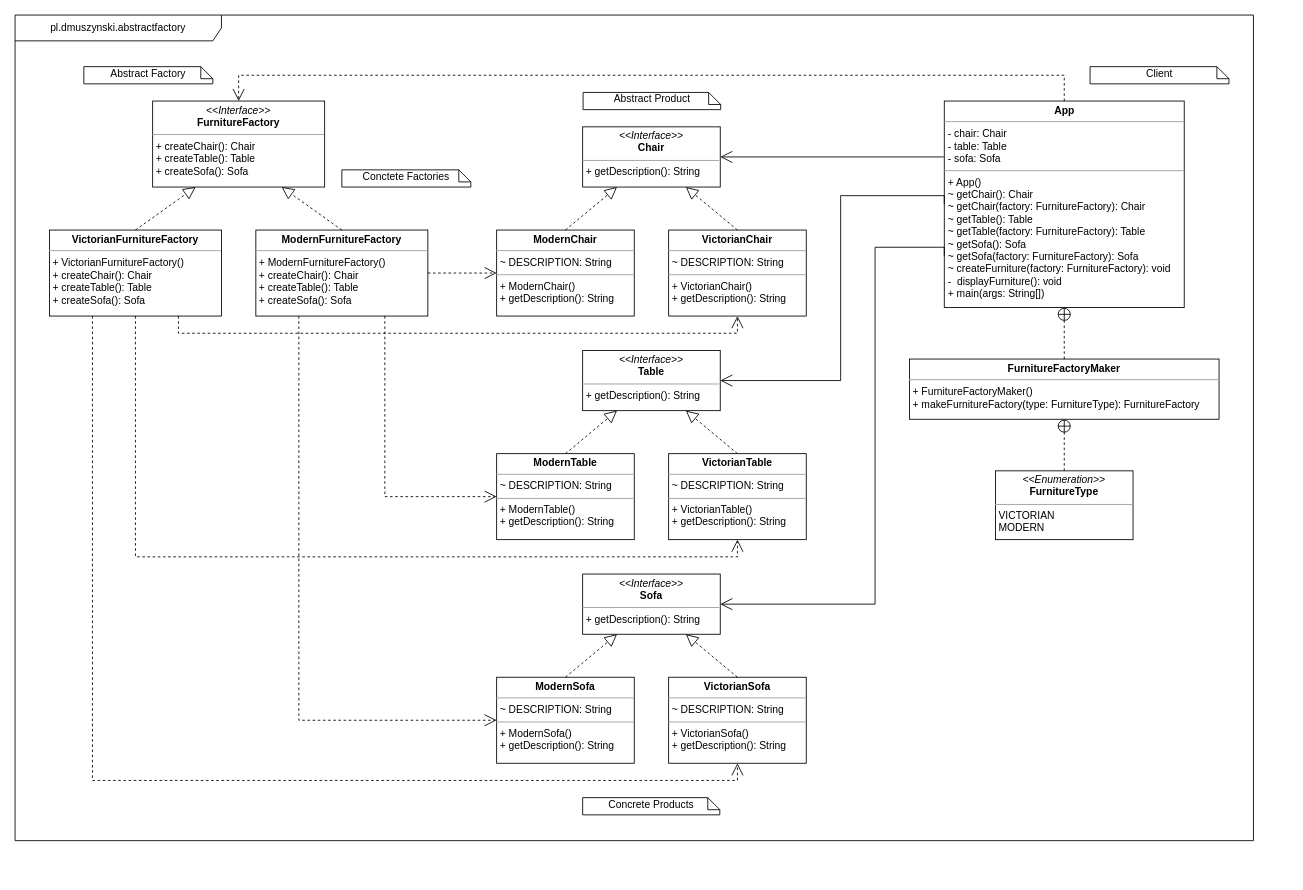
Earlier version of the draw.io diagram abstract-factory/etc/abstractFactory.drawio (DMuszynski/design-patterns). Source tidied: cells renumbered, new cells numbered last; positions are measured from the earlier drawing's top-left corner, leaving out a move shared by most shapes. Both pictures are drawn from the tidied source at 86%, with x=0, y=0 at pixel (15, 15).
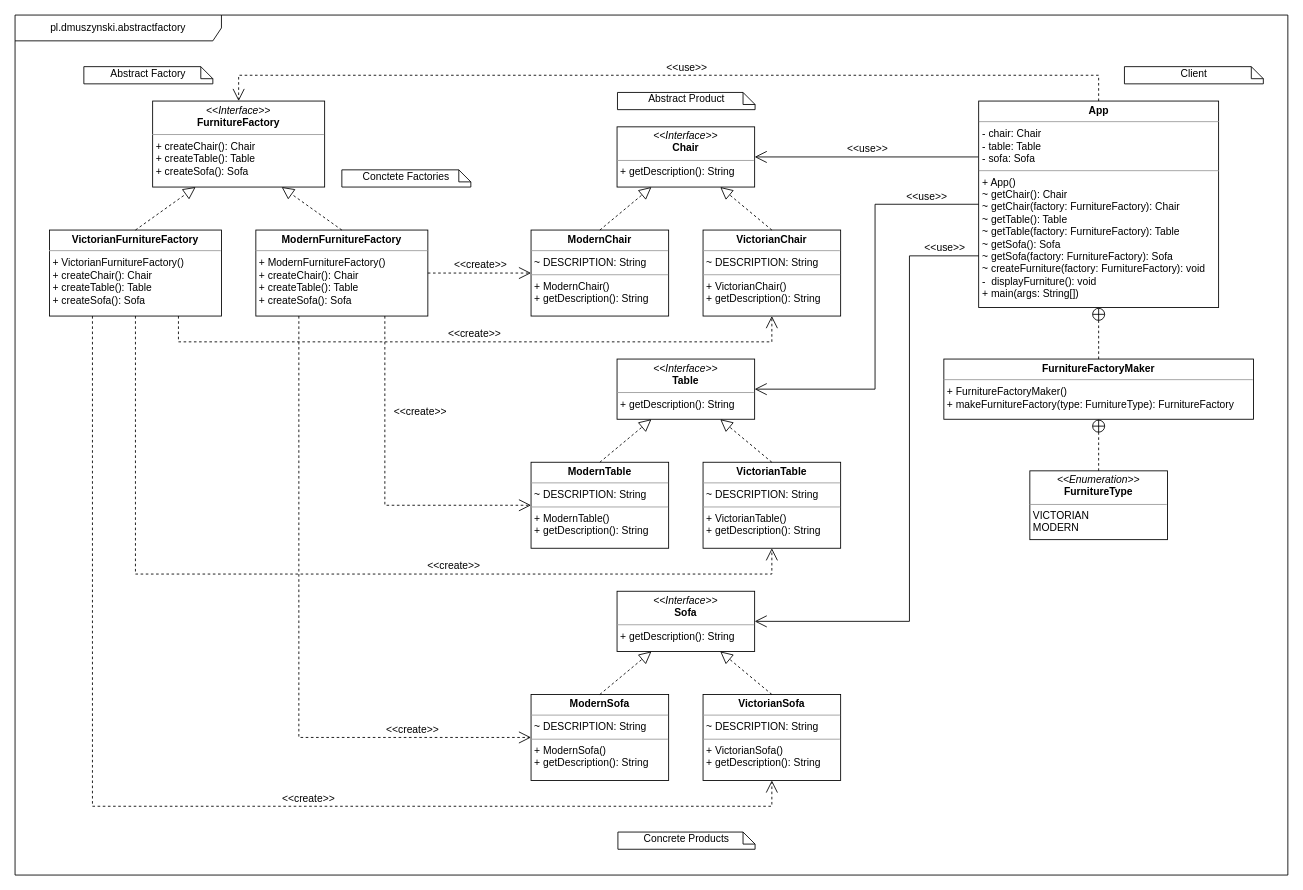
The same page after the edit.

Commit message (it also covers changes not shown here):
update abstract factory diagram

Unchanged cells that the change refers to:
```xml
<mxCell id="3" value="&lt;p style=&quot;margin: 0px ; margin-top: 4px ; text-align: center&quot;&gt;&lt;i&gt;&amp;lt;&amp;lt;Interface&amp;gt;&amp;gt;&lt;/i&gt;&lt;br&gt;&lt;b&gt;FurnitureFactory&lt;/b&gt;&lt;/p&gt;&lt;hr size=&quot;1&quot;&gt;&lt;p style=&quot;margin: 0px ; margin-left: 4px&quot;&gt;+ createChair(): Chair&lt;br&gt;+ createTable(): Table&lt;/p&gt;&lt;p style=&quot;margin: 0px ; margin-left: 4px&quot;&gt;+ createSofa(): Sofa&lt;/p&gt;" style="verticalAlign=top;align=left;overflow=fill;fontSize=12;fontFamily=Helvetica;html=1;" parent="1" vertex="1">
  <mxGeometry x="160" y="100" width="200" height="100" as="geometry" />
</mxCell>
<mxCell id="4" value="&lt;p style=&quot;margin: 0px ; margin-top: 4px ; text-align: center&quot;&gt;&lt;b&gt;VictorianFurnitureFactory&lt;/b&gt;&lt;/p&gt;&lt;hr size=&quot;1&quot;&gt;&lt;p style=&quot;margin: 0px 0px 0px 4px&quot;&gt;+ VictorianFurnitureFactory()&lt;/p&gt;&lt;p style=&quot;margin: 0px 0px 0px 4px&quot;&gt;+ createChair(): Chair&lt;br&gt;+ createTable(): Table&lt;/p&gt;&lt;p style=&quot;margin: 0px 0px 0px 4px&quot;&gt;+ createSofa(): Sofa&lt;/p&gt;" style="verticalAlign=top;align=left;overflow=fill;fontSize=12;fontFamily=Helvetica;html=1;" parent="1" vertex="1">
  <mxGeometry x="40" y="250" width="200" height="100" as="geometry" />
</mxCell>
<mxCell id="5" value="&lt;p style=&quot;margin: 0px ; margin-top: 4px ; text-align: center&quot;&gt;&lt;b&gt;ModernFurnitureFactory&lt;/b&gt;&lt;/p&gt;&lt;hr size=&quot;1&quot;&gt;&lt;p style=&quot;margin: 0px 0px 0px 4px&quot;&gt;+ ModernFurnitureFactory()&lt;/p&gt;&lt;p style=&quot;margin: 0px 0px 0px 4px&quot;&gt;+ createChair(): Chair&lt;br&gt;+ createTable(): Table&lt;/p&gt;&lt;p style=&quot;margin: 0px 0px 0px 4px&quot;&gt;+ createSofa(): Sofa&lt;/p&gt;" style="verticalAlign=top;align=left;overflow=fill;fontSize=12;fontFamily=Helvetica;html=1;" parent="1" vertex="1">
  <mxGeometry x="280" y="250" width="200" height="100" as="geometry" />
</mxCell>
```

Change to the diagram source:
```diff
@@
     <mxCell id="2" value="pl.dmuszynski.abstractfactory" style="shape=umlFrame;whiteSpace=wrap;html=1;width=240;height=30;fillColor=#ffffff;" parent="1" vertex="1">
-      <mxGeometry width="1440" height="960" as="geometry" />
+      <mxGeometry width="1480" height="1000" as="geometry" />
     </mxCell>
@@
     <mxCell id="6" value="&lt;p style=&quot;margin: 0px ; margin-top: 4px ; text-align: center&quot;&gt;&lt;i&gt;&amp;lt;&amp;lt;Interface&amp;gt;&amp;gt;&lt;/i&gt;&lt;br&gt;&lt;b&gt;Chair&lt;/b&gt;&lt;/p&gt;&lt;hr size=&quot;1&quot;&gt;&lt;p style=&quot;margin: 0px ; margin-left: 4px&quot;&gt;+ getDescription(): String&lt;br&gt;&lt;/p&gt;" style="verticalAlign=top;align=left;overflow=fill;fontSize=12;fontFamily=Helvetica;html=1;" parent="1" vertex="1">
-      <mxGeometry x="660" y="130" width="160" height="70" as="geometry" />
+      <mxGeometry x="700" y="130" width="160" height="70" as="geometry" />
     </mxCell>
     <mxCell id="7" value="&lt;p style=&quot;margin: 0px ; margin-top: 4px ; text-align: center&quot;&gt;&lt;b&gt;VictorianChair&lt;/b&gt;&lt;br&gt;&lt;/p&gt;&lt;hr size=&quot;1&quot;&gt;&lt;p style=&quot;margin: 0px ; margin-left: 4px&quot;&gt;~ DESCRIPTION: String&lt;/p&gt;&lt;hr size=&quot;1&quot;&gt;&lt;p style=&quot;margin: 0px ; margin-left: 4px&quot;&gt;+ VictorianChair()&lt;br&gt;&lt;/p&gt;&lt;p style=&quot;margin: 0px ; margin-left: 4px&quot;&gt;+ getDescription(): String&lt;/p&gt;" style="verticalAlign=top;align=left;overflow=fill;fontSize=12;fontFamily=Helvetica;html=1;" parent="1" vertex="1">
-      <mxGeometry x="760" y="250" width="160" height="100" as="geometry" />
+      <mxGeometry x="800" y="250" width="160" height="100" as="geometry" />
     </mxCell>
     <mxCell id="8" value="&lt;p style=&quot;margin: 0px ; margin-top: 4px ; text-align: center&quot;&gt;&lt;b&gt;ModernChair&lt;/b&gt;&lt;br&gt;&lt;/p&gt;&lt;hr size=&quot;1&quot;&gt;&lt;p style=&quot;margin: 0px ; margin-left: 4px&quot;&gt;~ DESCRIPTION: String&lt;/p&gt;&lt;hr size=&quot;1&quot;&gt;&lt;p style=&quot;margin: 0px ; margin-left: 4px&quot;&gt;+ ModernChair()&lt;br&gt;&lt;/p&gt;&lt;p style=&quot;margin: 0px ; margin-left: 4px&quot;&gt;+ getDescription(): String&lt;/p&gt;" style="verticalAlign=top;align=left;overflow=fill;fontSize=12;fontFamily=Helvetica;html=1;" parent="1" vertex="1">
-      <mxGeometry x="560" y="250" width="160" height="100" as="geometry" />
+      <mxGeometry x="600" y="250" width="160" height="100" as="geometry" />
     </mxCell>
     <mxCell id="9" value="&lt;p style=&quot;margin: 0px ; margin-top: 4px ; text-align: center&quot;&gt;&lt;i&gt;&amp;lt;&amp;lt;Interface&amp;gt;&amp;gt;&lt;/i&gt;&lt;br&gt;&lt;b&gt;Table&lt;/b&gt;&lt;/p&gt;&lt;hr size=&quot;1&quot;&gt;&lt;p style=&quot;margin: 0px ; margin-left: 4px&quot;&gt;+ getDescription(): String&lt;br&gt;&lt;/p&gt;" style="verticalAlign=top;align=left;overflow=fill;fontSize=12;fontFamily=Helvetica;html=1;" parent="1" vertex="1">
-      <mxGeometry x="660" y="390" width="160" height="70" as="geometry" />
+      <mxGeometry x="700" y="400" width="160" height="70" as="geometry" />
     </mxCell>
     <mxCell id="10" value="&lt;p style=&quot;margin: 0px ; margin-top: 4px ; text-align: center&quot;&gt;&lt;b&gt;VictorianTable&lt;/b&gt;&lt;br&gt;&lt;/p&gt;&lt;hr size=&quot;1&quot;&gt;&lt;p style=&quot;margin: 0px ; margin-left: 4px&quot;&gt;~ DESCRIPTION: String&lt;/p&gt;&lt;hr size=&quot;1&quot;&gt;&lt;p style=&quot;margin: 0px ; margin-left: 4px&quot;&gt;+ VictorianTable()&lt;br&gt;&lt;/p&gt;&lt;p style=&quot;margin: 0px ; margin-left: 4px&quot;&gt;+ getDescription(): String&lt;/p&gt;" style="verticalAlign=top;align=left;overflow=fill;fontSize=12;fontFamily=Helvetica;html=1;" parent="1" vertex="1">
-      <mxGeometry x="760" y="510" width="160" height="100" as="geometry" />
+      <mxGeometry x="800" y="520" width="160" height="100" as="geometry" />
     </mxCell>
     <mxCell id="11" value="&lt;p style=&quot;margin: 0px ; margin-top: 4px ; text-align: center&quot;&gt;&lt;b&gt;ModernTable&lt;/b&gt;&lt;br&gt;&lt;/p&gt;&lt;hr size=&quot;1&quot;&gt;&lt;p style=&quot;margin: 0px ; margin-left: 4px&quot;&gt;~ DESCRIPTION: String&lt;/p&gt;&lt;hr size=&quot;1&quot;&gt;&lt;p style=&quot;margin: 0px ; margin-left: 4px&quot;&gt;+ ModernTable()&lt;br&gt;&lt;/p&gt;&lt;p style=&quot;margin: 0px ; margin-left: 4px&quot;&gt;+ getDescription(): String&lt;/p&gt;" style="verticalAlign=top;align=left;overflow=fill;fontSize=12;fontFamily=Helvetica;html=1;" parent="1" vertex="1">
-      <mxGeometry x="560" y="510" width="160" height="100" as="geometry" />
+      <mxGeometry x="600" y="520" width="160" height="100" as="geometry" />
     </mxCell>
@@
     <mxCell id="18" value="&lt;p style=&quot;margin: 0px ; margin-top: 4px ; text-align: center&quot;&gt;&lt;i&gt;&amp;lt;&amp;lt;Interface&amp;gt;&amp;gt;&lt;/i&gt;&lt;br&gt;&lt;b&gt;Sofa&lt;/b&gt;&lt;/p&gt;&lt;hr size=&quot;1&quot;&gt;&lt;p style=&quot;margin: 0px ; margin-left: 4px&quot;&gt;+ getDescription(): String&lt;br&gt;&lt;/p&gt;" style="verticalAlign=top;align=left;overflow=fill;fontSize=12;fontFamily=Helvetica;html=1;" parent="1" vertex="1">
-      <mxGeometry x="660" y="650" width="160" height="70" as="geometry" />
+      <mxGeometry x="700" y="670" width="160" height="70" as="geometry" />
     </mxCell>
     <mxCell id="19" value="&lt;p style=&quot;margin: 0px ; margin-top: 4px ; text-align: center&quot;&gt;&lt;b&gt;VictorianSofa&lt;/b&gt;&lt;br&gt;&lt;/p&gt;&lt;hr size=&quot;1&quot;&gt;&lt;p style=&quot;margin: 0px ; margin-left: 4px&quot;&gt;~ DESCRIPTION: String&lt;/p&gt;&lt;hr size=&quot;1&quot;&gt;&lt;p style=&quot;margin: 0px ; margin-left: 4px&quot;&gt;+ VictorianSofa()&lt;br&gt;&lt;/p&gt;&lt;p style=&quot;margin: 0px ; margin-left: 4px&quot;&gt;+ getDescription(): String&lt;/p&gt;" style="verticalAlign=top;align=left;overflow=fill;fontSize=12;fontFamily=Helvetica;html=1;" parent="1" vertex="1">
-      <mxGeometry x="760" y="770" width="160" height="100" as="geometry" />
+      <mxGeometry x="800" y="790" width="160" height="100" as="geometry" />
     </mxCell>
     <mxCell id="20" value="&lt;p style=&quot;margin: 0px ; margin-top: 4px ; text-align: center&quot;&gt;&lt;b&gt;ModernSofa&lt;/b&gt;&lt;br&gt;&lt;/p&gt;&lt;hr size=&quot;1&quot;&gt;&lt;p style=&quot;margin: 0px ; margin-left: 4px&quot;&gt;~ DESCRIPTION: String&lt;/p&gt;&lt;hr size=&quot;1&quot;&gt;&lt;p style=&quot;margin: 0px ; margin-left: 4px&quot;&gt;+ ModernSofa()&lt;br&gt;&lt;/p&gt;&lt;p style=&quot;margin: 0px ; margin-left: 4px&quot;&gt;+ getDescription(): String&lt;/p&gt;" style="verticalAlign=top;align=left;overflow=fill;fontSize=12;fontFamily=Helvetica;html=1;" parent="1" vertex="1">
-      <mxGeometry x="560" y="770" width="160" height="100" as="geometry" />
+      <mxGeometry x="600" y="790" width="160" height="100" as="geometry" />
     </mxCell>
@@
-    <mxCell id="23" style="endArrow=open;endFill=1;endSize=12;html=1;entryX=0;entryY=0.5;entryDx=0;entryDy=0;exitX=1;exitY=0.5;exitDx=0;exitDy=0;dashed=1;" parent="1" edge="1" source="5" target="8">
+    <mxCell id="23" style="endArrow=open;endFill=1;endSize=12;html=1;entryX=0;entryY=0.5;entryDx=0;entryDy=0;exitX=1;exitY=0.5;exitDx=0;exitDy=0;dashed=1;jumpSize=6;startSize=6;" parent="1" edge="1" source="5" target="8">
       <mxGeometry relative="1" as="geometry" />
     </mxCell>
+    <mxCell id="43" value="&lt;font style=&quot;font-size: 12px&quot;&gt;&amp;lt;&amp;lt;create&amp;gt;&amp;gt;&lt;/font&gt;" style="text;html=1;align=center;verticalAlign=middle;labelBackgroundColor=#ffffff;spacingLeft=0;" parent="23" vertex="1">
+      <mxGeometry x="-0.6" y="1" relative="1" as="geometry">
+        <mxPoint x="36" y="-9" as="offset" />
+      </mxGeometry>
+    </mxCell>
     <mxCell id="24" style="endArrow=open;endFill=1;endSize=12;html=1;entryX=0.5;entryY=1;entryDx=0;entryDy=0;exitX=0.75;exitY=1;exitDx=0;exitDy=0;dashed=1;edgeStyle=orthogonalEdgeStyle;strokeWidth=1;rounded=0;" parent="1" edge="1" source="4" target="7">
       <mxGeometry relative="1" as="geometry">
         <Array as="points">
-          <mxPoint x="190" y="370" />
-          <mxPoint x="840" y="370" />
+          <mxPoint x="190" y="380" />
+          <mxPoint x="880" y="380" />
         </Array>
       </mxGeometry>
     </mxCell>
+    <mxCell id="44" value="&amp;lt;&amp;lt;create&amp;gt;&amp;gt;" style="text;html=1;align=center;verticalAlign=middle;labelBackgroundColor=#ffffff;spacingLeft=4;" parent="24" vertex="1">
+      <mxGeometry x="0.04" y="-1" relative="1" as="geometry">
+        <mxPoint x="-19" y="-11" as="offset" />
+      </mxGeometry>
+    </mxCell>
     <mxCell id="25" style="endArrow=open;endFill=1;endSize=12;html=1;entryX=0;entryY=0.5;entryDx=0;entryDy=0;exitX=0.75;exitY=1;exitDx=0;exitDy=0;dashed=1;edgeStyle=orthogonalEdgeStyle;strokeWidth=1;rounded=0;" parent="1" edge="1" source="5" target="11">
       <mxGeometry relative="1" as="geometry">
         <Array as="points">
-          <mxPoint x="430" y="560" />
+          <mxPoint x="430" y="570" />
         </Array>
       </mxGeometry>
     </mxCell>
+    <mxCell id="45" value="&amp;lt;&amp;lt;create&amp;gt;&amp;gt;" style="text;html=1;align=center;verticalAlign=middle;labelBackgroundColor=#ffffff;spacingLeft=0;" parent="25" vertex="1">
+      <mxGeometry x="0.7" y="2" relative="1" as="geometry">
+        <mxPoint x="-72" y="-108" as="offset" />
+      </mxGeometry>
+    </mxCell>
     <mxCell id="26" style="endArrow=open;endFill=1;endSize=12;html=1;entryX=0;entryY=0.5;entryDx=0;entryDy=0;exitX=0.25;exitY=1;exitDx=0;exitDy=0;dashed=1;edgeStyle=orthogonalEdgeStyle;strokeWidth=1;rounded=0;" parent="1" edge="1" source="5" target="20">
       <mxGeometry relative="1" as="geometry">
         <Array as="points">
-          <mxPoint x="330" y="820" />
+          <mxPoint x="330" y="840" />
         </Array>
       </mxGeometry>
     </mxCell>
+    <mxCell id="46" value="&amp;lt;&amp;lt;create&amp;gt;&amp;gt;" style="text;html=1;align=center;verticalAlign=middle;labelBackgroundColor=#ffffff;spacingLeft=5;" parent="26" vertex="1">
+      <mxGeometry x="0.67" y="-1" relative="1" as="geometry">
+        <mxPoint x="-16" y="-11" as="offset" />
+      </mxGeometry>
+    </mxCell>
     <mxCell id="27" style="endArrow=open;endFill=1;endSize=12;html=1;entryX=0.5;entryY=1;entryDx=0;entryDy=0;exitX=0.5;exitY=1;exitDx=0;exitDy=0;dashed=1;edgeStyle=orthogonalEdgeStyle;strokeWidth=1;rounded=0;" parent="1" edge="1" source="4" target="10">
       <mxGeometry relative="1" as="geometry">
         <Array as="points">
-          <mxPoint x="140" y="630" />
-          <mxPoint x="840" y="630" />
+          <mxPoint x="140" y="650" />
+          <mxPoint x="880" y="650" />
         </Array>
       </mxGeometry>
     </mxCell>
+    <mxCell id="47" value="&amp;lt;&amp;lt;create&amp;gt;&amp;gt;" style="text;html=1;align=center;verticalAlign=middle;labelBackgroundColor=#ffffff;spacingLeft=0;" parent="27" vertex="1">
+      <mxGeometry x="0.27" y="-1" relative="1" as="geometry">
+        <mxPoint x="-10" y="-11" as="offset" />
+      </mxGeometry>
+    </mxCell>
     <mxCell id="28" style="endArrow=open;endFill=1;endSize=12;html=1;entryX=0.5;entryY=1;entryDx=0;entryDy=0;exitX=0.25;exitY=1;exitDx=0;exitDy=0;dashed=1;edgeStyle=orthogonalEdgeStyle;strokeWidth=1;rounded=0;" parent="1" edge="1" source="4" target="19">
       <mxGeometry relative="1" as="geometry">
         <Array as="points">
-          <mxPoint x="90" y="890" />
-          <mxPoint x="840" y="890" />
+          <mxPoint x="90" y="920" />
+          <mxPoint x="880" y="920" />
         </Array>
       </mxGeometry>
     </mxCell>
+    <mxCell id="48" value="&amp;lt;&amp;lt;create&amp;gt;&amp;gt;" style="text;html=1;align=center;verticalAlign=middle;labelBackgroundColor=#ffffff;" parent="28" vertex="1">
+      <mxGeometry x="0.26" y="1" relative="1" as="geometry">
+        <mxPoint x="-56" y="-9" as="offset" />
+      </mxGeometry>
+    </mxCell>
     <mxCell id="29" value="&lt;p style=&quot;margin: 0px ; margin-top: 4px ; text-align: center&quot;&gt;&lt;i&gt;&amp;lt;&amp;lt;Enumeration&amp;gt;&amp;gt;&lt;/i&gt;&lt;br&gt;&lt;b&gt;FurnitureType&lt;/b&gt;&lt;/p&gt;&lt;hr size=&quot;1&quot;&gt;&lt;p style=&quot;margin: 0px ; margin-left: 4px&quot;&gt;VICTORIAN&lt;/p&gt;&lt;p style=&quot;margin: 0px ; margin-left: 4px&quot;&gt;MODERN&lt;/p&gt;" style="verticalAlign=top;align=left;overflow=fill;fontSize=12;fontFamily=Helvetica;html=1;" parent="1" vertex="1">
-      <mxGeometry x="1140" y="530" width="160" height="80" as="geometry" />
+      <mxGeometry x="1180" y="530" width="160" height="80" as="geometry" />
     </mxCell>
     <mxCell id="30" value="&lt;p style=&quot;margin: 0px ; margin-top: 4px ; text-align: center&quot;&gt;&lt;b&gt;FurnitureFactoryMaker&lt;/b&gt;&lt;/p&gt;&lt;hr size=&quot;1&quot;&gt;&lt;p style=&quot;margin: 0px ; margin-left: 4px&quot;&gt;+ FurnitureFactoryMaker()&lt;/p&gt;&lt;p style=&quot;margin: 0px ; margin-left: 4px&quot;&gt;+ makeFurnitureFactory(type: FurnitureType): FurnitureFactory&lt;/p&gt;" style="verticalAlign=top;align=left;overflow=fill;fontSize=12;fontFamily=Helvetica;html=1;" parent="1" vertex="1">
-      <mxGeometry x="1040" y="400" width="360" height="70" as="geometry" />
+      <mxGeometry x="1080" y="400" width="360" height="70" as="geometry" />
     </mxCell>
@@
     <mxCell id="32" value="&lt;p style=&quot;margin: 0px ; margin-top: 4px ; text-align: center&quot;&gt;&lt;b&gt;App&lt;/b&gt;&lt;/p&gt;&lt;hr size=&quot;1&quot;&gt;&lt;p style=&quot;margin: 0px ; margin-left: 4px&quot;&gt;- chair: Chair&lt;/p&gt;&lt;p style=&quot;margin: 0px ; margin-left: 4px&quot;&gt;- table: Table&lt;/p&gt;&lt;p style=&quot;margin: 0px ; margin-left: 4px&quot;&gt;- sofa: Sofa&lt;/p&gt;&lt;hr size=&quot;1&quot;&gt;&lt;p style=&quot;margin: 0px ; margin-left: 4px&quot;&gt;+ App()&lt;/p&gt;&lt;p style=&quot;margin: 0px ; margin-left: 4px&quot;&gt;~ getChair(): Chair&lt;/p&gt;&lt;p style=&quot;margin: 0px ; margin-left: 4px&quot;&gt;~ getChair(factory: FurnitureFactory): Chair&lt;/p&gt;&lt;p style=&quot;margin: 0px ; margin-left: 4px&quot;&gt;~ getTable(): Table&lt;/p&gt;&lt;p style=&quot;margin: 0px ; margin-left: 4px&quot;&gt;~ getTable(factory: FurnitureFactory): Table&lt;br&gt;&lt;/p&gt;&lt;p style=&quot;margin: 0px ; margin-left: 4px&quot;&gt;~ getSofa(): Sofa&lt;/p&gt;&lt;p style=&quot;margin: 0px ; margin-left: 4px&quot;&gt;~ getSofa(factory: FurnitureFactory): Sofa&lt;/p&gt;&lt;p style=&quot;margin: 0px ; margin-left: 4px&quot;&gt;~ createFurniture(factory: FurnitureFactory): void&lt;/p&gt;&lt;p style=&quot;margin: 0px ; margin-left: 4px&quot;&gt;-&amp;nbsp; displayFurniture(): void&lt;/p&gt;&lt;p style=&quot;margin: 0px ; margin-left: 4px&quot;&gt;+ main(args: String[])&lt;/p&gt;&lt;p style=&quot;margin: 0px ; margin-left: 4px&quot;&gt;&lt;br&gt;&lt;/p&gt;" style="verticalAlign=top;align=left;overflow=fill;fontSize=12;fontFamily=Helvetica;html=1;" parent="1" vertex="1">
-      <mxGeometry x="1080.5" y="100" width="279" height="240" as="geometry" />
+      <mxGeometry x="1120.5" y="100" width="279" height="240" as="geometry" />
     </mxCell>
     <mxCell id="33" style="endArrow=open;endFill=0;endSize=12;html=1;dashed=1;edgeStyle=orthogonalEdgeStyle;strokeWidth=1;rounded=0;entryX=0.5;entryY=0;entryDx=0;entryDy=0;exitX=0.5;exitY=0;exitDx=0;exitDy=0;" parent="1" edge="1" source="32" target="3">
       <mxGeometry relative="1" as="geometry">
         <Array as="points">
-          <mxPoint x="1220" y="70" />
+          <mxPoint x="1260" y="70" />
           <mxPoint x="260" y="70" />
         </Array>
       </mxGeometry>
     </mxCell>
+    <mxCell id="49" value="&amp;lt;&amp;lt;use&amp;gt;&amp;gt;" style="text;html=1;align=center;verticalAlign=middle;labelBackgroundColor=#ffffff;" parent="33" vertex="1">
+      <mxGeometry x="-0.02" y="1" relative="1" as="geometry">
+        <mxPoint x="9.8" y="-11" as="offset" />
+      </mxGeometry>
+    </mxCell>
@@
     <mxCell id="35" style="endArrow=open;endFill=1;endSize=12;html=1;strokeWidth=1;entryX=1;entryY=0.5;entryDx=0;entryDy=0;rounded=0;shadow=0;" parent="1" edge="1" target="6">
       <mxGeometry relative="1" as="geometry">
-        <mxPoint x="1080" y="165" as="sourcePoint" />
+        <mxPoint x="1120" y="165" as="sourcePoint" />
       </mxGeometry>
     </mxCell>
+    <mxCell id="50" value="&amp;lt;&amp;lt;use&amp;gt;&amp;gt;" style="text;html=1;align=center;verticalAlign=middle;labelBackgroundColor=#ffffff;spacingTop=10;" parent="35" vertex="1">
+      <mxGeometry x="-0.08" y="-1" relative="1" as="geometry">
+        <mxPoint x="-10" y="-14" as="offset" />
+      </mxGeometry>
+    </mxCell>
     <mxCell id="36" style="endArrow=open;endFill=1;endSize=12;html=1;strokeWidth=1;entryX=1;entryY=0.5;entryDx=0;entryDy=0;exitX=0;exitY=0.5;exitDx=0;exitDy=0;edgeStyle=orthogonalEdgeStyle;rounded=0;" parent="1" edge="1" source="32" target="9">
       <mxGeometry relative="1" as="geometry">
         <Array as="points">
-          <mxPoint x="960" y="210" />
-          <mxPoint x="960" y="425" />
+          <mxPoint x="1000" y="220" />
+          <mxPoint x="1000" y="435" />
         </Array>
       </mxGeometry>
     </mxCell>
+    <mxCell id="51" value="&amp;lt;&amp;lt;use&amp;gt;&amp;gt;" style="text;html=1;align=center;verticalAlign=middle;labelBackgroundColor=#ffffff;" parent="36" vertex="1">
+      <mxGeometry x="-0.8" relative="1" as="geometry">
+        <mxPoint x="-13.5" y="-10" as="offset" />
+      </mxGeometry>
+    </mxCell>
     <mxCell id="37" style="endArrow=open;endFill=1;endSize=12;html=1;strokeWidth=1;entryX=1;entryY=0.5;entryDx=0;entryDy=0;exitX=0;exitY=0.75;exitDx=0;exitDy=0;edgeStyle=orthogonalEdgeStyle;rounded=0;" parent="1" edge="1" source="32" target="18">
       <mxGeometry relative="1" as="geometry">
         <Array as="points">
-          <mxPoint x="1000" y="270" />
-          <mxPoint x="1000" y="685" />
+          <mxPoint x="1040" y="280" />
+          <mxPoint x="1040" y="705" />
         </Array>
       </mxGeometry>
     </mxCell>
+    <mxCell id="52" value="&amp;lt;&amp;lt;use&amp;gt;&amp;gt;" style="text;html=1;align=center;verticalAlign=middle;labelBackgroundColor=#ffffff;" parent="37" vertex="1">
+      <mxGeometry x="-0.91" y="-4" relative="1" as="geometry">
+        <mxPoint x="-9.5" y="-6" as="offset" />
+      </mxGeometry>
+    </mxCell>
@@
     <mxCell id="40" value="&lt;div&gt;&lt;span&gt;Abstract Product&lt;/span&gt;&lt;/div&gt;" style="shape=note;whiteSpace=wrap;html=1;size=14;verticalAlign=top;align=center;spacingTop=-6;" parent="1" vertex="1">
-      <mxGeometry x="660.5" y="90" width="160" height="20" as="geometry" />
+      <mxGeometry x="700.5" y="90" width="160" height="20" as="geometry" />
     </mxCell>
     <mxCell id="41" value="&lt;div&gt;&lt;span&gt;Concrete Products&lt;/span&gt;&lt;/div&gt;" style="shape=note;whiteSpace=wrap;html=1;size=14;verticalAlign=top;align=center;spacingTop=-6;" parent="1" vertex="1">
-      <mxGeometry x="660" y="910" width="159.5" height="20" as="geometry" />
+      <mxGeometry x="701" y="950" width="159.5" height="20" as="geometry" />
     </mxCell>
     <mxCell id="42" value="&lt;div&gt;&lt;span&gt;Client&lt;/span&gt;&lt;/div&gt;" style="shape=note;whiteSpace=wrap;html=1;size=14;verticalAlign=top;align=center;spacingTop=-6;" parent="1" vertex="1">
-      <mxGeometry x="1250" y="60" width="161.5" height="20" as="geometry" />
+      <mxGeometry x="1290" y="60" width="161.5" height="20" as="geometry" />
     </mxCell>
```
